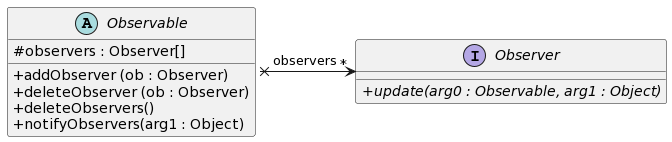
Before: observer_python.png, a diagram exported from PlantUML (mat-cad/clock_observers_slides).
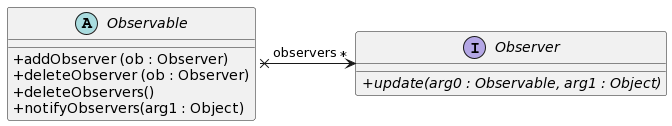
After the change.

Change to the diagram source:
```diff
@@ -3,7 +3,6 @@
 skinparam noteFontSize 11
 
 abstract class Observable {
-# observers : Observer[]
 + addObserver (ob : Observer)
 + deleteObserver (ob : Observer)
 + deleteObservers()
```
